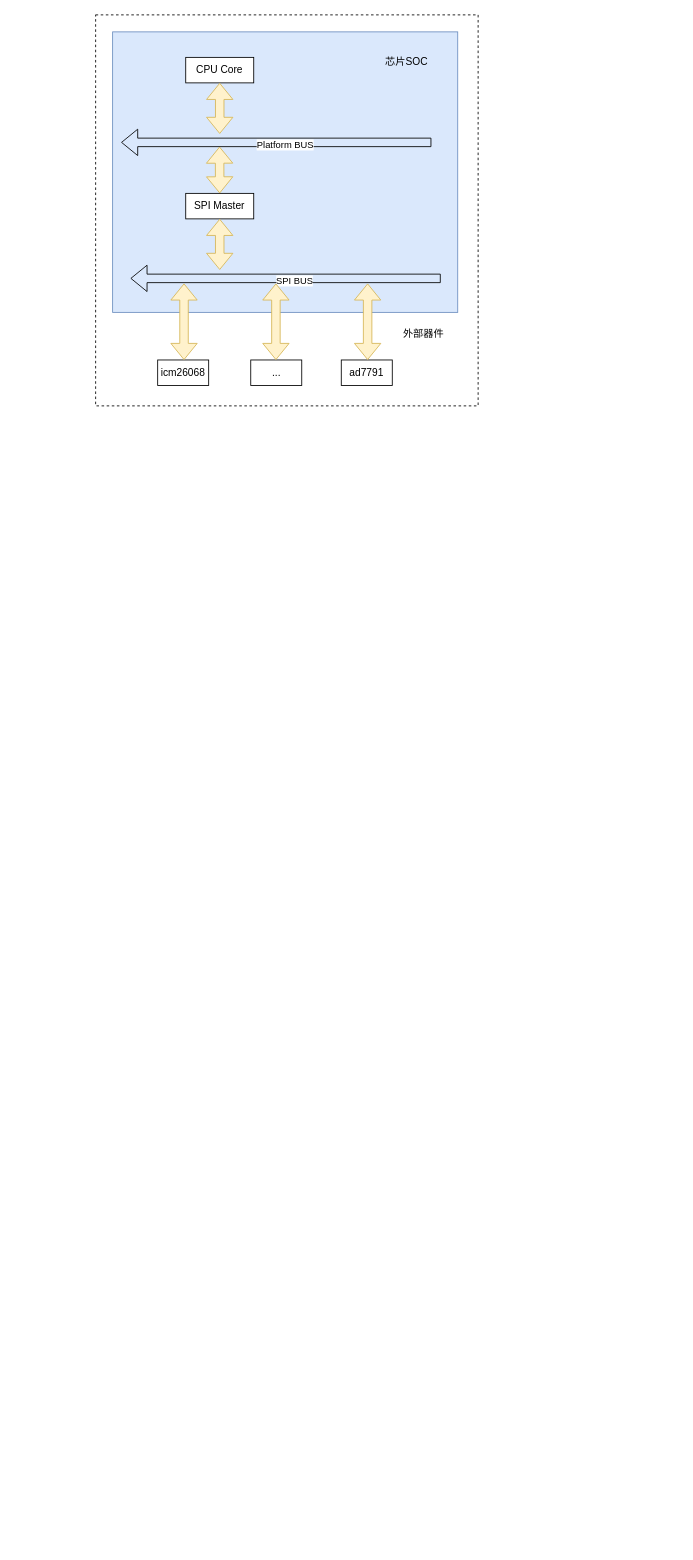
zc110747/build_embed_linux_system keeps this draw.io diagram as page "spi_bus" (5 of 11) of src/file/tree.drawio. Above is the earlier version. Source tidied: cells renumbered, new cells numbered last; positions are measured from the earlier drawing's top-left corner, leaving out a move shared by most shapes. Both pictures are drawn from the tidied source at 85%, with x=0, y=0 at pixel (95, 14).
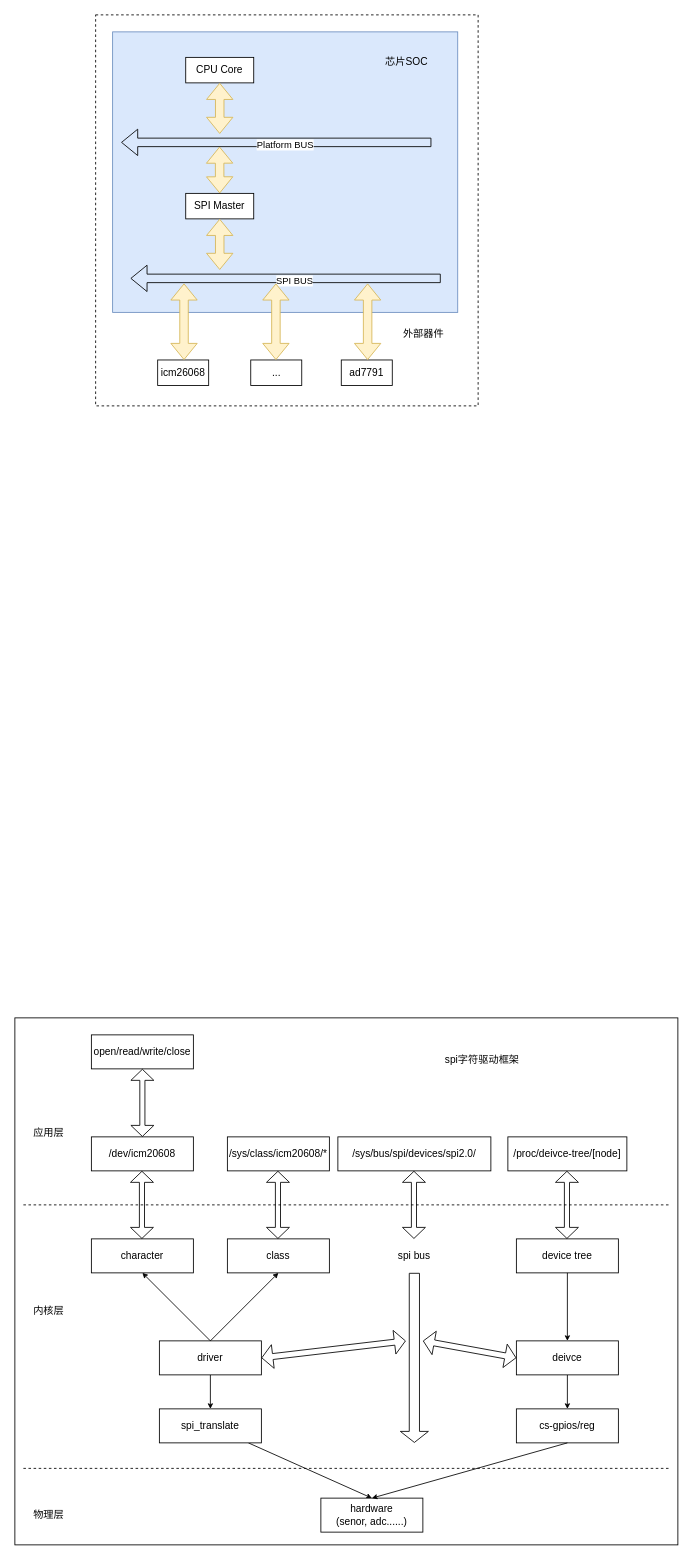
The same page after the edit.

What changed in the source:
```diff
@@
+    <mxCell id="21" style="rounded=0;whiteSpace=wrap;html=1;fontSize=12;" parent="1" vertex="1">
+      <mxGeometry x="-95" y="1180" width="780" height="620" as="geometry" />
+    </mxCell>
+    <mxCell id="22" style="endArrow=none;dashed=1;html=1;fontSize=12;" parent="1" edge="1">
+      <mxGeometry relative="1" as="geometry">
+        <mxPoint x="-85" y="1400" as="sourcePoint" />
+        <mxPoint x="675" y="1400" as="targetPoint" />
+      </mxGeometry>
+    </mxCell>
+    <mxCell id="23" value="open/read/write/close" style="rounded=0;whiteSpace=wrap;html=1;fontSize=12;" parent="1" vertex="1">
+      <mxGeometry x="-5" y="1200" width="120" height="40" as="geometry" />
+    </mxCell>
+    <mxCell id="24" value="/dev/icm20608" style="rounded=0;whiteSpace=wrap;html=1;fontSize=12;" parent="1" vertex="1">
+      <mxGeometry x="-5" y="1320" width="120" height="40" as="geometry" />
+    </mxCell>
+    <mxCell id="25" value="character" style="rounded=0;whiteSpace=wrap;html=1;fontSize=12;" parent="1" vertex="1">
+      <mxGeometry x="-5" y="1440" width="120" height="40" as="geometry" />
+    </mxCell>
+    <mxCell id="26" style="edgeStyle=none;html=1;entryX=0.5;entryY=0;entryDx=0;entryDy=0;strokeWidth=1;startArrow=none;startFill=0;endArrow=classic;endFill=1;startSize=4;endSize=4;exitX=0.5;exitY=1;exitDx=0;exitDy=0;fontSize=12;" parent="1" edge="1" source="27" target="49">
+      <mxGeometry relative="1" as="geometry" />
+    </mxCell>
+    <mxCell id="27" value="driver" style="rounded=0;whiteSpace=wrap;html=1;fontSize=12;" parent="1" vertex="1">
+      <mxGeometry x="75" y="1560" width="120" height="40" as="geometry" />
+    </mxCell>
+    <mxCell id="28" style="edgeStyle=none;html=1;strokeWidth=1;startArrow=none;startFill=0;endArrow=classic;endFill=1;startSize=4;endSize=4;fontSize=12;" parent="1" edge="1" source="29" target="52">
+      <mxGeometry relative="1" as="geometry" />
+    </mxCell>
+    <mxCell id="29" value="deivce" style="rounded=0;whiteSpace=wrap;html=1;fontSize=12;" parent="1" vertex="1">
+      <mxGeometry x="495" y="1560" width="120" height="40" as="geometry" />
+    </mxCell>
+    <mxCell id="30" value="class" style="rounded=0;whiteSpace=wrap;html=1;fontSize=12;" parent="1" vertex="1">
+      <mxGeometry x="155" y="1440" width="120" height="40" as="geometry" />
+    </mxCell>
+    <mxCell id="31" value="spi bus" style="text;html=1;strokeColor=none;fillColor=none;align=center;verticalAlign=middle;whiteSpace=wrap;rounded=0;fontSize=12;horizontal=1;" parent="1" vertex="1">
+      <mxGeometry x="335" y="1440" width="80" height="40" as="geometry" />
+    </mxCell>
+    <mxCell id="32" value="device tree" style="rounded=0;whiteSpace=wrap;html=1;fontSize=12;" parent="1" vertex="1">
+      <mxGeometry x="495" y="1440" width="120" height="40" as="geometry" />
+    </mxCell>
+    <mxCell id="33" value="/proc/deivce-tree/[node]" style="rounded=0;whiteSpace=wrap;html=1;fontSize=12;" parent="1" vertex="1">
+      <mxGeometry x="485" y="1320" width="140" height="40" as="geometry" />
+    </mxCell>
+    <mxCell id="34" value="/sys/class/icm20608/*" style="rounded=0;whiteSpace=wrap;html=1;fontSize=12;" parent="1" vertex="1">
+      <mxGeometry x="155" y="1320" width="120" height="40" as="geometry" />
+    </mxCell>
+    <mxCell id="35" value="/sys/bus/spi/devices/spi2.0/" style="rounded=0;whiteSpace=wrap;html=1;fontSize=12;" parent="1" vertex="1">
+      <mxGeometry x="285" y="1320" width="180" height="40" as="geometry" />
+    </mxCell>
+    <mxCell id="36" style="shape=flexArrow;endArrow=classic;startArrow=classic;html=1;endSize=4;startSize=4;strokeWidth=1;width=6;fontSize=12;" parent="1" edge="1" source="24">
+      <mxGeometry relative="1" as="geometry">
+        <mxPoint x="55" y="1240" as="targetPoint" />
+      </mxGeometry>
+    </mxCell>
+    <mxCell id="37" style="shape=flexArrow;endArrow=classic;startArrow=classic;html=1;endSize=4;startSize=4;strokeWidth=1;width=6;fontSize=12;" parent="1" edge="1">
+      <mxGeometry relative="1" as="geometry">
+        <mxPoint x="54.5" y="1440" as="sourcePoint" />
+        <mxPoint x="54.5" y="1360" as="targetPoint" />
+      </mxGeometry>
+    </mxCell>
+    <mxCell id="38" style="shape=flexArrow;endArrow=classic;startArrow=classic;html=1;endSize=4;startSize=4;strokeWidth=1;width=6;fontSize=12;" parent="1" edge="1">
+      <mxGeometry relative="1" as="geometry">
+        <mxPoint x="214.5" y="1440" as="sourcePoint" />
+        <mxPoint x="214.5" y="1360" as="targetPoint" />
+      </mxGeometry>
+    </mxCell>
+    <mxCell id="39" style="shape=flexArrow;endArrow=classic;startArrow=classic;html=1;endSize=4;startSize=4;strokeWidth=1;width=6;fontSize=12;" parent="1" edge="1">
+      <mxGeometry relative="1" as="geometry">
+        <mxPoint x="374.5" y="1440" as="sourcePoint" />
+        <mxPoint x="374.5" y="1360" as="targetPoint" />
+      </mxGeometry>
+    </mxCell>
+    <mxCell id="40" style="shape=flexArrow;endArrow=classic;startArrow=classic;html=1;endSize=4;startSize=4;strokeWidth=1;width=6;fontSize=12;" parent="1" edge="1">
+      <mxGeometry relative="1" as="geometry">
+        <mxPoint x="554.5" y="1440" as="sourcePoint" />
+        <mxPoint x="554.5" y="1360" as="targetPoint" />
+      </mxGeometry>
+    </mxCell>
+    <mxCell id="41" style="endArrow=classic;html=1;strokeWidth=1;startSize=4;endSize=4;exitX=0.5;exitY=1;exitDx=0;exitDy=0;fontSize=12;" parent="1" edge="1" source="32" target="29">
+      <mxGeometry relative="1" as="geometry" />
+    </mxCell>
+    <mxCell id="42" style="endArrow=none;dashed=1;html=1;fontSize=12;" parent="1" edge="1">
+      <mxGeometry relative="1" as="geometry">
+        <mxPoint x="-85" y="1710" as="sourcePoint" />
+        <mxPoint x="675" y="1710" as="targetPoint" />
+      </mxGeometry>
+    </mxCell>
+    <mxCell id="43" value="应用层" style="text;html=1;strokeColor=none;fillColor=none;align=center;verticalAlign=middle;whiteSpace=wrap;rounded=0;fontSize=12;" parent="1" vertex="1">
+      <mxGeometry x="-85" y="1300" width="60" height="30" as="geometry" />
+    </mxCell>
+    <mxCell id="44" value="内核层" style="text;html=1;strokeColor=none;fillColor=none;align=center;verticalAlign=middle;whiteSpace=wrap;rounded=0;fontSize=12;" parent="1" vertex="1">
+      <mxGeometry x="-85" y="1510" width="60" height="30" as="geometry" />
+    </mxCell>
+    <mxCell id="45" value="spi字符驱动框架" style="text;html=1;strokeColor=none;fillColor=none;align=center;verticalAlign=middle;whiteSpace=wrap;rounded=0;fontSize=12;" parent="1" vertex="1">
+      <mxGeometry x="375" y="1200" width="160" height="60" as="geometry" />
+    </mxCell>
+    <mxCell id="46" style="endArrow=classic;html=1;strokeWidth=1;startSize=4;endSize=4;entryX=0.5;entryY=1;entryDx=0;entryDy=0;exitX=0.5;exitY=0;exitDx=0;exitDy=0;fontSize=12;" parent="1" edge="1" source="27" target="25">
+      <mxGeometry relative="1" as="geometry" />
+    </mxCell>
+    <mxCell id="47" style="endArrow=classic;html=1;strokeWidth=1;startSize=4;endSize=4;entryX=0.5;entryY=1;entryDx=0;entryDy=0;fontSize=12;" parent="1" edge="1" target="30">
+      <mxGeometry relative="1" as="geometry">
+        <mxPoint x="135" y="1560" as="sourcePoint" />
+      </mxGeometry>
+    </mxCell>
+    <mxCell id="48" style="edgeStyle=none;html=1;entryX=0.5;entryY=0;entryDx=0;entryDy=0;strokeWidth=1;startArrow=none;startFill=0;endArrow=classic;endFill=1;startSize=4;endSize=4;fontSize=12;" parent="1" edge="1" source="49" target="50">
+      <mxGeometry relative="1" as="geometry" />
+    </mxCell>
+    <mxCell id="49" value="spi_translate" style="rounded=0;whiteSpace=wrap;html=1;fontSize=12;" parent="1" vertex="1">
+      <mxGeometry x="75" y="1640" width="120" height="40" as="geometry" />
+    </mxCell>
+    <mxCell id="50" value="hardware&lt;br style=&quot;font-size: 12px;&quot;&gt;(senor, adc......)" style="rounded=0;whiteSpace=wrap;html=1;fontSize=12;" parent="1" vertex="1">
+      <mxGeometry x="265" y="1745" width="120" height="40" as="geometry" />
+    </mxCell>
+    <mxCell id="51" value="物理层" style="text;html=1;strokeColor=none;fillColor=none;align=center;verticalAlign=middle;whiteSpace=wrap;rounded=0;fontSize=12;" parent="1" vertex="1">
+      <mxGeometry x="-85" y="1750" width="60" height="30" as="geometry" />
+    </mxCell>
+    <mxCell id="52" value="cs-gpios/reg" style="rounded=0;whiteSpace=wrap;html=1;fontSize=12;" parent="1" vertex="1">
+      <mxGeometry x="495" y="1640" width="120" height="40" as="geometry" />
+    </mxCell>
+    <mxCell id="53" style="endArrow=classic;html=1;strokeWidth=1;startSize=4;endSize=4;exitX=0.5;exitY=1;exitDx=0;exitDy=0;entryX=0.5;entryY=0;entryDx=0;entryDy=0;fontSize=12;" parent="1" edge="1" source="52" target="50">
+      <mxGeometry relative="1" as="geometry" />
+    </mxCell>
+    <mxCell id="54" style="shape=flexArrow;endArrow=none;startArrow=block;html=1;strokeWidth=1;fontSize=12;startSize=4;endSize=4;width=12;startFill=0;endFill=0;" parent="1" edge="1">
+      <mxGeometry relative="1" as="geometry">
+        <mxPoint x="375" y="1680" as="sourcePoint" />
+        <mxPoint x="375" y="1480" as="targetPoint" />
+      </mxGeometry>
+    </mxCell>
+    <mxCell id="55" style="shape=flexArrow;endArrow=classic;startArrow=classic;html=1;strokeWidth=1;fontSize=12;startSize=4;endSize=4;width=7;" parent="1" edge="1">
+      <mxGeometry relative="1" as="geometry">
+        <mxPoint x="195" y="1580" as="sourcePoint" />
+        <mxPoint x="365" y="1560" as="targetPoint" />
+      </mxGeometry>
+    </mxCell>
+    <mxCell id="56" style="shape=flexArrow;endArrow=classic;startArrow=classic;html=1;strokeWidth=1;fontSize=12;startSize=4;endSize=4;entryX=0;entryY=0.5;entryDx=0;entryDy=0;width=7;" parent="1" edge="1" target="29">
+      <mxGeometry relative="1" as="geometry">
+        <mxPoint x="385" y="1560" as="sourcePoint" />
+      </mxGeometry>
+    </mxCell>
```
